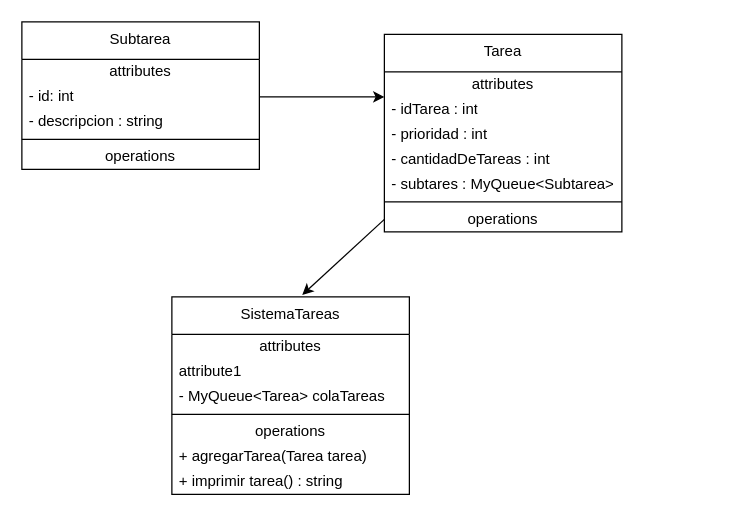
Before: Unidad_2_Programacion/Colas/SistemaTareas/diagrama/procesoEjecucion.dio in EdgarSteinberg/UTN-Programacion-II, a draw.io diagram. Source tidied: cells renumbered, new cells numbered last; positions are measured from the earlier drawing's top-left corner, leaving out a move shared by most shapes. Both pictures are drawn from the tidied source at 125%, with x=0, y=0 at pixel (21, 21).
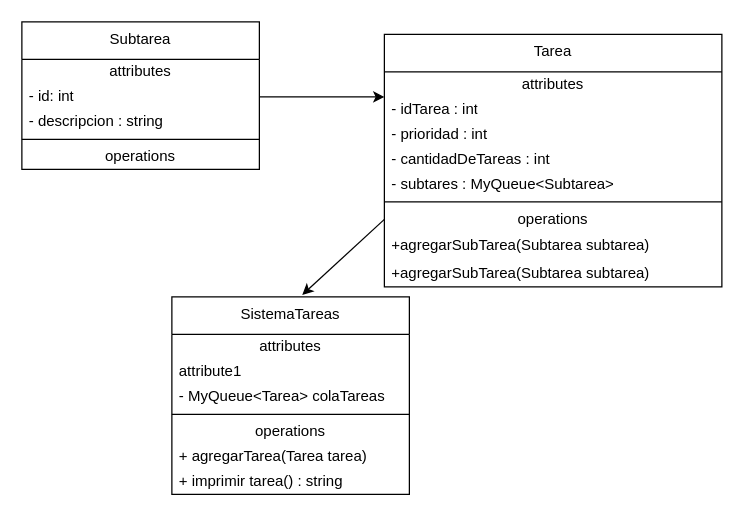
After the change.

Commit message:
actualizando diagrama de clases

Change to the diagram source:
```diff
@@
     <mxCell id="8" value="&lt;span style=&quot;color: rgb(0, 0, 0);&quot;&gt;Tarea&lt;/span&gt;" style="swimlane;fontStyle=0;align=center;verticalAlign=top;horizontal=1;startSize=30;html=1;whiteSpace=wrap;" parent="1" vertex="1">
-      <mxGeometry x="290" y="10" width="190" height="158" as="geometry" />
+      <mxGeometry x="290" y="10" width="270" height="202" as="geometry" />
     </mxCell>
     <mxCell id="9" value="attributes" style="text;html=1;strokeColor=none;fillColor=none;align=center;verticalAlign=middle;spacingLeft=4;spacingRight=4;overflow=hidden;whiteSpace=wrap;" parent="8" vertex="1">
-      <mxGeometry y="30" width="190" height="20" as="geometry" />
+      <mxGeometry y="30" width="270" height="20" as="geometry" />
     </mxCell>
     <mxCell id="10" value="- idTarea : int" style="text;html=1;strokeColor=none;fillColor=none;align=left;verticalAlign=middle;spacingLeft=4;spacingRight=4;overflow=hidden;points=[[0,0.5],[1,0.5]];portConstraint=eastwest;whiteSpace=wrap;" parent="8" vertex="1">
-      <mxGeometry y="50" width="190" height="20" as="geometry" />
+      <mxGeometry y="50" width="270" height="20" as="geometry" />
     </mxCell>
     <mxCell id="11" value="- prioridad : int" style="text;html=1;strokeColor=none;fillColor=none;align=left;verticalAlign=middle;spacingLeft=4;spacingRight=4;overflow=hidden;whiteSpace=wrap;" parent="8" vertex="1">
-      <mxGeometry y="70" width="190" height="20" as="geometry" />
+      <mxGeometry y="70" width="270" height="20" as="geometry" />
     </mxCell>
     <mxCell id="12" value="- cantidadDeTareas : int" style="text;html=1;strokeColor=none;fillColor=none;align=left;verticalAlign=middle;spacingLeft=4;spacingRight=4;overflow=hidden;whiteSpace=wrap;" parent="8" vertex="1">
-      <mxGeometry y="90" width="190" height="20" as="geometry" />
+      <mxGeometry y="90" width="270" height="20" as="geometry" />
     </mxCell>
     <mxCell id="13" value="- subtares : MyQueue&amp;lt;Subtarea&amp;gt;" style="text;html=1;strokeColor=none;fillColor=none;align=left;verticalAlign=middle;spacingLeft=4;spacingRight=4;overflow=hidden;whiteSpace=wrap;" parent="8" vertex="1">
-      <mxGeometry y="110" width="190" height="20" as="geometry" />
+      <mxGeometry y="110" width="270" height="20" as="geometry" />
     </mxCell>
     <mxCell id="14" style="line;strokeWidth=1;fillColor=none;align=left;verticalAlign=middle;spacingTop=-1;spacingLeft=3;spacingRight=3;labelPosition=right;" parent="8" vertex="1">
-      <mxGeometry y="130" width="190" height="8" as="geometry" />
+      <mxGeometry y="130" width="270" height="8" as="geometry" />
     </mxCell>
     <mxCell id="15" value="operations" style="text;html=1;strokeColor=none;fillColor=none;align=center;verticalAlign=middle;spacingLeft=4;spacingRight=4;overflow=hidden;points=[[0,0.5],[1,0.5]];portConstraint=eastwest;whiteSpace=wrap;" parent="8" vertex="1">
-      <mxGeometry y="138" width="190" height="20" as="geometry" />
+      <mxGeometry y="138" width="270" height="20" as="geometry" />
     </mxCell>
+    <mxCell id="26" value="+agregarSubTarea(Subtarea subtarea)" style="text;html=1;strokeColor=none;fillColor=none;align=left;verticalAlign=middle;spacingLeft=4;spacingRight=4;overflow=hidden;whiteSpace=wrap;" parent="8" vertex="1">
+      <mxGeometry y="158" width="270" height="22" as="geometry" />
+    </mxCell>
+    <mxCell id="27" value="+agregarSubTarea(Subtarea subtarea)" style="text;html=1;strokeColor=none;fillColor=none;align=left;verticalAlign=middle;spacingLeft=4;spacingRight=4;overflow=hidden;whiteSpace=wrap;" parent="8" vertex="1">
+      <mxGeometry y="180" width="270" height="22" as="geometry" />
+    </mxCell>
```
